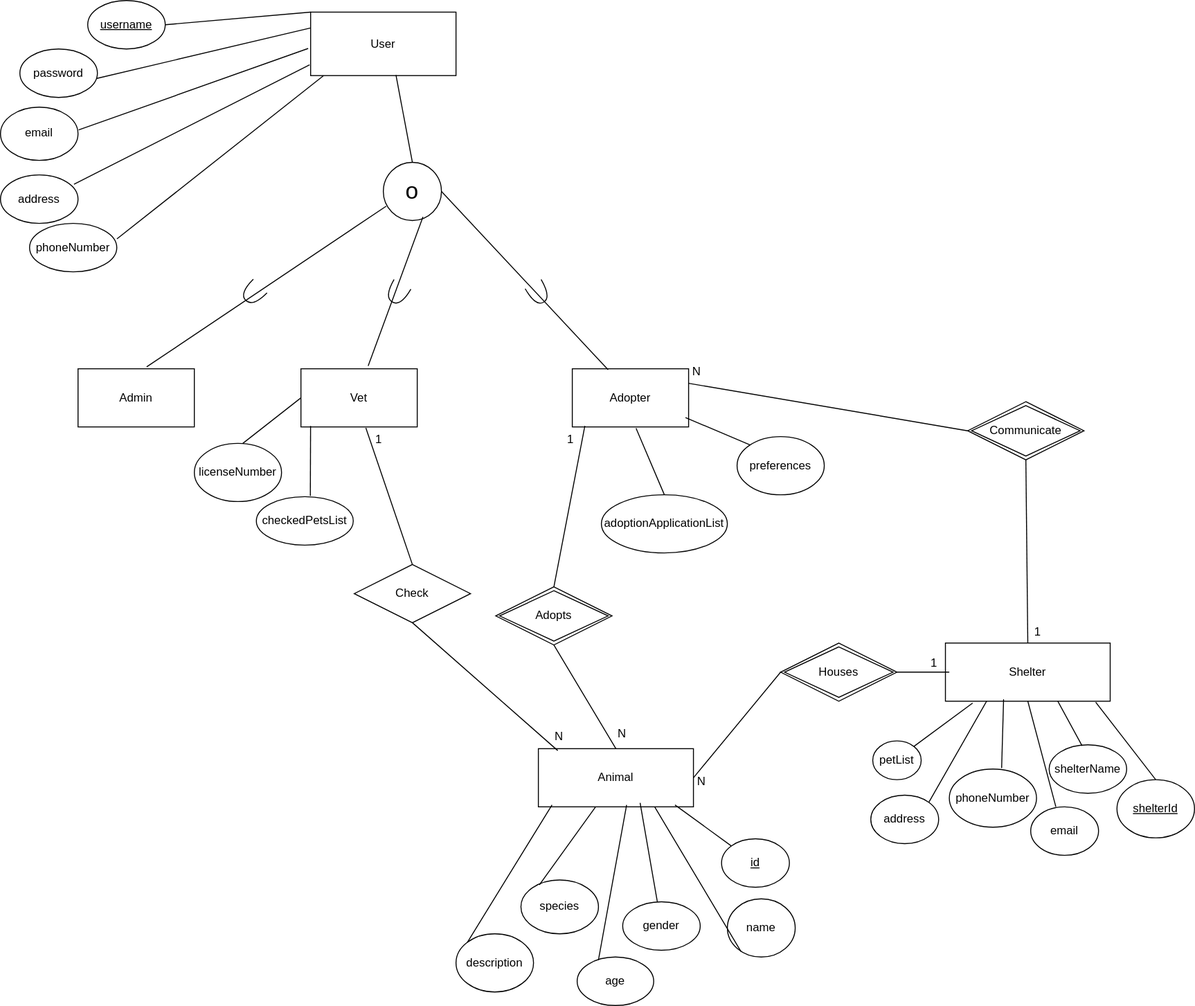
Thomaskald/DistributedSystems keeps this draw.io diagram as ERdiagram.drawio.svg. Above is the earlier version. Source tidied: cells renumbered, new cells last; positions are measured from the earlier drawing's top-left corner, leaving out a move shared by most shapes.
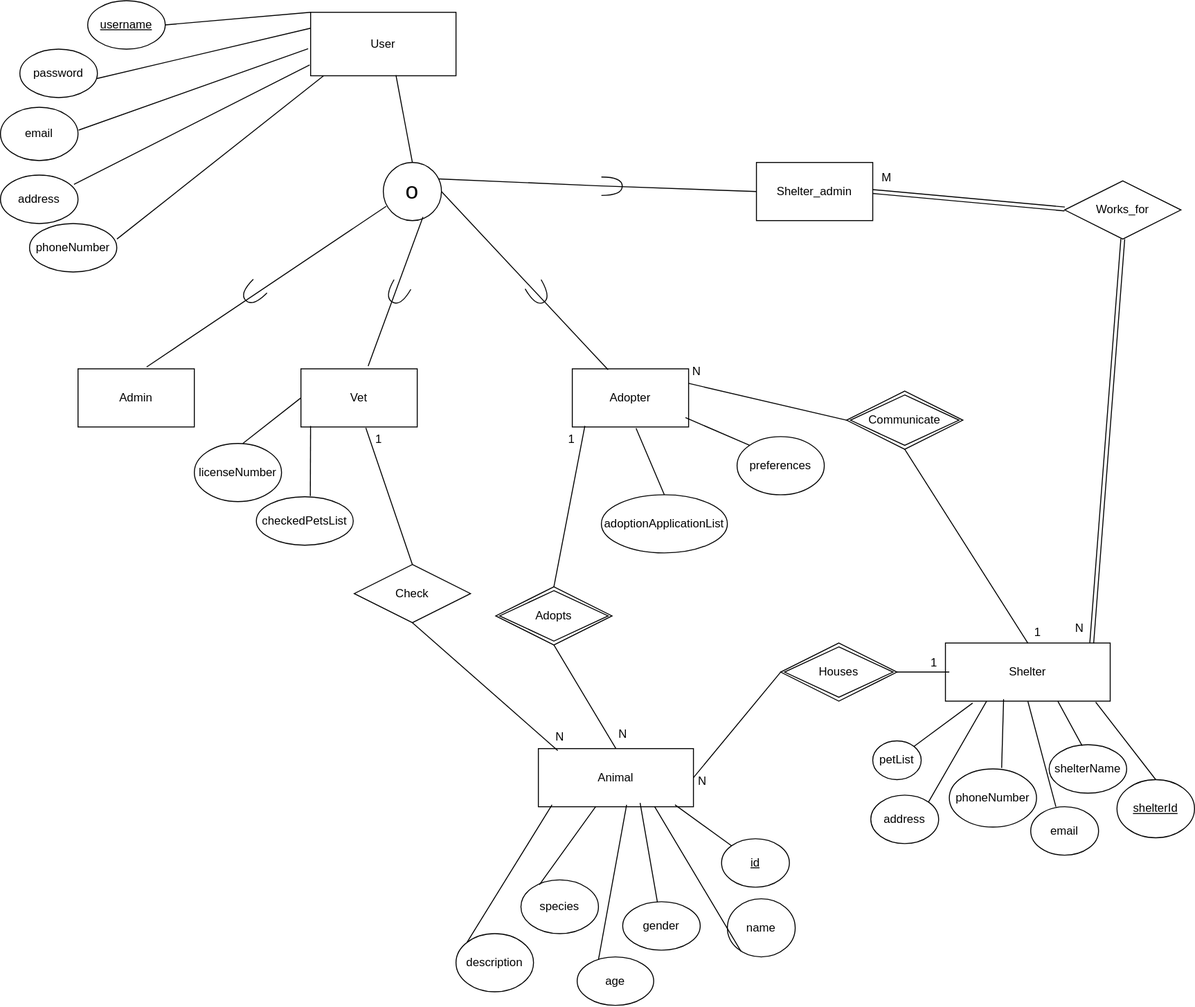
Later version of the same file.

What changed in the source:
```diff
@@ -218,7 +218,7 @@
       <mxGeometry x="377.5" y="440" width="25" height="26" as="geometry" />
     </mxCell>
     <mxCell id="73" value="Communicate" style="shape=rhombus;double=1;perimeter=rhombusPerimeter;whiteSpace=wrap;html=1;align=center;" parent="1" vertex="1">
-      <mxGeometry x="998" y="414" width="120" height="60" as="geometry" />
+      <mxGeometry x="873" y="403" width="120" height="60" as="geometry" />
     </mxCell>
     <mxCell id="74" style="endArrow=none;html=1;rounded=0;exitX=1;exitY=0.25;exitDx=0;exitDy=0;entryX=0;entryY=0.5;entryDx=0;entryDy=0;entryPerimeter=0;" parent="1" edge="1" source="28" target="73">
       <mxGeometry relative="1" as="geometry" />
@@ -232,5 +232,33 @@
     <mxCell id="77" value="N" style="text;html=1;align=center;verticalAlign=middle;strokeColor=none;fillColor=none;" parent="1" vertex="1">
       <mxGeometry x="704" y="370" width="27" height="26" as="geometry" />
     </mxCell>
+    <mxCell id="78" value="Shelter_admin" style="rounded=0;whiteSpace=wrap;html=1;" parent="1" vertex="1">
+      <mxGeometry x="780" y="167" width="120" height="60" as="geometry" />
+    </mxCell>
+    <mxCell id="79" style="endArrow=none;html=1;rounded=0;exitX=0;exitY=0.5;exitDx=0;exitDy=0;entryX=0.95;entryY=0.283;entryDx=0;entryDy=0;entryPerimeter=0;" parent="1" edge="1" source="78" target="50">
+      <mxGeometry relative="1" as="geometry">
+        <Array as="points">
+          <mxPoint x="615" y="191" />
+        </Array>
+      </mxGeometry>
+    </mxCell>
+    <mxCell id="80" style="shape=requiredInterface;html=1;verticalLabelPosition=bottom;sketch=0;rotation=0;" parent="1" vertex="1">
+      <mxGeometry x="620" y="182" width="21.6" height="19" as="geometry" />
+    </mxCell>
+    <mxCell id="81" value="Works_for" style="shape=rhombus;perimeter=rhombusPerimeter;whiteSpace=wrap;html=1;align=center;" parent="1" vertex="1">
+      <mxGeometry x="1098" y="186" width="120" height="60" as="geometry" />
+    </mxCell>
+    <mxCell id="82" style="shape=link;html=1;rounded=0;exitX=1;exitY=0.5;exitDx=0;exitDy=0;entryX=0;entryY=0.483;entryDx=0;entryDy=0;entryPerimeter=0;" parent="1" edge="1" source="78" target="81">
+      <mxGeometry relative="1" as="geometry" />
+    </mxCell>
+    <mxCell id="83" style="shape=link;html=1;rounded=0;exitX=0.888;exitY=0;exitDx=0;exitDy=0;entryX=0.5;entryY=1;entryDx=0;entryDy=0;exitPerimeter=0;" parent="1" edge="1" source="2" target="81">
+      <mxGeometry relative="1" as="geometry" />
+    </mxCell>
+    <mxCell id="84" value="M" style="text;html=1;align=center;verticalAlign=middle;strokeColor=none;fillColor=none;" parent="1" vertex="1">
+      <mxGeometry x="900" y="170" width="28" height="26" as="geometry" />
+    </mxCell>
+    <mxCell id="85" value="N" style="text;html=1;align=center;verticalAlign=middle;strokeColor=none;fillColor=none;" parent="1" vertex="1">
+      <mxGeometry x="1099" y="635" width="27" height="26" as="geometry" />
+    </mxCell>
   </root>
 </mxGraphModel>
```
